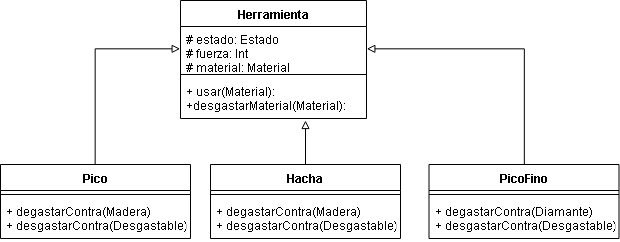
martinaAgata/AlgoCraft keeps this draw.io diagram as Diagramas UML/Diagrama clasesHerramienta.png. Above is the earlier version. Source tidied: cells renumbered, new cells last; positions are measured from the earlier drawing's top-left corner, leaving out a move shared by most shapes. Its diagram source:
```xml
<mxGraphModel>
  <root>
    <mxCell id="0" />
    <mxCell id="1" parent="0" />
    <mxCell id="2" value="Herramienta" style="swimlane;fontStyle=1;align=center;verticalAlign=top;horizontal=1;startSize=26;" parent="1" vertex="1">
      <mxGeometry x="180" width="186" height="118" as="geometry" />
    </mxCell>
    <mxCell id="3" value="# estado: Estado&#10;# fuerza: Int&#10;# material: Material" style="text;strokeColor=none;fillColor=none;align=left;verticalAlign=top;spacingLeft=4;spacingRight=4;overflow=hidden;points=[[0,0.5],[1,0.5]];portConstraint=eastwest;" parent="2" vertex="1">
      <mxGeometry y="26" width="186" height="44" as="geometry" />
    </mxCell>
    <mxCell id="4" style="line;strokeWidth=1;fillColor=none;align=left;verticalAlign=middle;spacingTop=-1;spacingLeft=3;spacingRight=3;labelPosition=right;" parent="2" vertex="1">
      <mxGeometry y="70" width="186" height="8" as="geometry" />
    </mxCell>
    <mxCell id="5" value="+ usar(Material):&#10;+desgastarMaterial(Material):&#10;" style="text;strokeColor=none;fillColor=none;align=left;verticalAlign=top;spacingLeft=4;spacingRight=4;overflow=hidden;" parent="2" vertex="1">
      <mxGeometry y="78" width="186" height="40" as="geometry" />
    </mxCell>
    <mxCell id="6" style="edgeStyle=orthogonalEdgeStyle;rounded=0;jettySize=auto;html=1;endArrow=block;endFill=0;" parent="1" edge="1" source="7">
      <mxGeometry relative="1" as="geometry">
        <mxPoint x="305" y="120" as="targetPoint" />
      </mxGeometry>
    </mxCell>
    <mxCell id="7" value="Hacha" style="swimlane;fontStyle=1;align=center;verticalAlign=top;horizontal=1;startSize=26;" parent="1" vertex="1">
      <mxGeometry x="210" y="164" width="190" height="74" as="geometry" />
    </mxCell>
    <mxCell id="8" style="line;strokeWidth=1;fillColor=none;align=left;verticalAlign=middle;spacingTop=-1;spacingLeft=3;spacingRight=3;labelPosition=right;" parent="7" vertex="1">
      <mxGeometry y="26" width="190" height="8" as="geometry" />
    </mxCell>
    <mxCell id="9" value="+ degastarContra(Madera)&#10;+ desgastarContra(Desgastable)&#10;" style="text;strokeColor=none;fillColor=none;align=left;verticalAlign=top;spacingLeft=4;spacingRight=4;overflow=hidden;" parent="7" vertex="1">
      <mxGeometry y="34" width="190" height="40" as="geometry" />
    </mxCell>
    <mxCell id="10" style="edgeStyle=orthogonalEdgeStyle;rounded=0;jettySize=auto;html=1;entryX=1;entryY=0.5;entryDx=0;entryDy=0;endArrow=block;endFill=0;" parent="1" edge="1" source="11" target="3">
      <mxGeometry relative="1" as="geometry" />
    </mxCell>
    <mxCell id="11" value="PicoFino" style="swimlane;fontStyle=1;align=center;verticalAlign=top;horizontal=1;startSize=26;strokeColor=#000000;gradientColor=#ffffff;" parent="1" vertex="1">
      <mxGeometry x="428.5" y="164" width="190" height="74" as="geometry" />
    </mxCell>
    <mxCell id="12" style="line;strokeWidth=1;fillColor=none;align=left;verticalAlign=middle;spacingTop=-1;spacingLeft=3;spacingRight=3;labelPosition=right;" parent="11" vertex="1">
      <mxGeometry y="26" width="190" height="8" as="geometry" />
    </mxCell>
    <mxCell id="13" value="+ degastarContra(Diamante)&#10;+ desgastarContra(Desgastable)&#10;" style="text;strokeColor=none;fillColor=none;align=left;verticalAlign=top;spacingLeft=4;spacingRight=4;overflow=hidden;" parent="11" vertex="1">
      <mxGeometry y="34" width="190" height="40" as="geometry" />
    </mxCell>
    <mxCell id="14" style="edgeStyle=orthogonalEdgeStyle;rounded=0;jettySize=auto;html=1;entryX=0;entryY=0.5;entryDx=0;entryDy=0;endArrow=block;endFill=0;" parent="1" edge="1" source="15" target="3">
      <mxGeometry relative="1" as="geometry" />
    </mxCell>
    <mxCell id="15" value="Pico" style="swimlane;fontStyle=1;align=center;verticalAlign=top;horizontal=1;startSize=26;" parent="1" vertex="1">
      <mxGeometry y="164" width="190" height="74" as="geometry" />
    </mxCell>
    <mxCell id="16" style="line;strokeWidth=1;fillColor=none;align=left;verticalAlign=middle;spacingTop=-1;spacingLeft=3;spacingRight=3;labelPosition=right;" parent="15" vertex="1">
      <mxGeometry y="26" width="190" height="8" as="geometry" />
    </mxCell>
    <mxCell id="17" value="+ degastarContra(Madera)&#10;+ desgastarContra(Desgastable)&#10;" style="text;strokeColor=none;fillColor=none;align=left;verticalAlign=top;spacingLeft=4;spacingRight=4;overflow=hidden;" parent="15" vertex="1">
      <mxGeometry y="34" width="190" height="40" as="geometry" />
    </mxCell>
  </root>
</mxGraphModel>
```
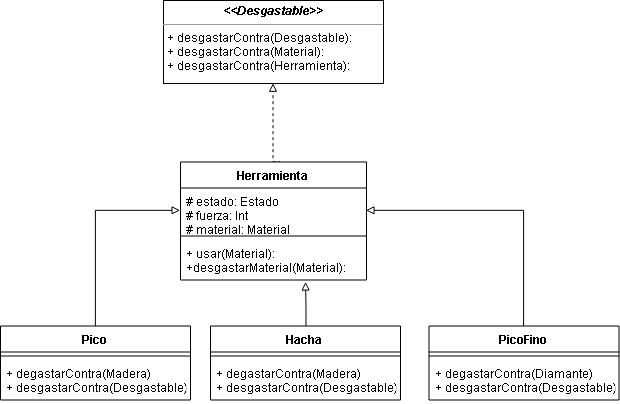
The same diagram one commit later.

Change to the diagram source:
```diff
@@ -2,6 +2,18 @@
   <root>
     <mxCell id="0" />
     <mxCell id="1" parent="0" />
+    <mxCell id="18" value="&lt;p style=&quot;margin: 0px ; margin-top: 4px ; text-align: center&quot;&gt;&lt;i&gt;&lt;b&gt;&amp;lt;&amp;lt;Desgastable&amp;gt;&amp;gt;&lt;/b&gt;&lt;/i&gt;&lt;/p&gt;&lt;hr size=&quot;1&quot;&gt;&lt;p style=&quot;margin: 0px ; margin-left: 4px&quot;&gt;+ desgastarContra(Desgastable):&lt;/p&gt;&lt;p style=&quot;margin: 0px ; margin-left: 4px&quot;&gt;+ desgastarContra(Material):&lt;/p&gt;&lt;p style=&quot;margin: 0px ; margin-left: 4px&quot;&gt;+ desgastarContra(Herramienta):&lt;br&gt;&lt;/p&gt;" style="verticalAlign=top;align=left;overflow=fill;fontSize=12;fontFamily=Helvetica;html=1;" parent="1" vertex="1">
+      <mxGeometry x="163" y="-161.5" width="220" height="83" as="geometry" />
+    </mxCell>
+    <mxCell id="19" style="edgeStyle=orthogonalEdgeStyle;rounded=0;jettySize=auto;html=1;entryX=0.5;entryY=1;entryDx=0;entryDy=0;endArrow=block;endFill=0;dashed=1;" parent="1" edge="1" target="18">
+      <mxGeometry relative="1" as="geometry">
+        <mxPoint x="272.5" y="-0.2" as="sourcePoint" />
+        <Array as="points">
+          <mxPoint x="280" />
+          <mxPoint x="273" />
+        </Array>
+      </mxGeometry>
+    </mxCell>
     <mxCell id="2" value="Herramienta" style="swimlane;fontStyle=1;align=center;verticalAlign=top;horizontal=1;startSize=26;" parent="1" vertex="1">
       <mxGeometry x="180" width="186" height="118" as="geometry" />
     </mxCell>
@@ -14,29 +26,29 @@
     <mxCell id="5" value="+ usar(Material):&#10;+desgastarMaterial(Material):&#10;" style="text;strokeColor=none;fillColor=none;align=left;verticalAlign=top;spacingLeft=4;spacingRight=4;overflow=hidden;" parent="2" vertex="1">
       <mxGeometry y="78" width="186" height="40" as="geometry" />
     </mxCell>
-    <mxCell id="6" style="edgeStyle=orthogonalEdgeStyle;rounded=0;jettySize=auto;html=1;endArrow=block;endFill=0;" parent="1" edge="1" source="7">
-      <mxGeometry relative="1" as="geometry">
-        <mxPoint x="305" y="120" as="targetPoint" />
-      </mxGeometry>
-    </mxCell>
+    <mxCell id="20" style="edgeStyle=orthogonalEdgeStyle;rounded=0;jettySize=auto;html=1;endArrow=block;endFill=0;" parent="1" edge="1" source="7">
+      <mxGeometry relative="1" as="geometry">
+        <mxPoint x="305" y="120" as="targetPoint" />
+      </mxGeometry>
+    </mxCell>
     <mxCell id="7" value="Hacha" style="swimlane;fontStyle=1;align=center;verticalAlign=top;horizontal=1;startSize=26;" parent="1" vertex="1">
       <mxGeometry x="210" y="164" width="190" height="74" as="geometry" />
     </mxCell>
-    <mxCell id="8" style="line;strokeWidth=1;fillColor=none;align=left;verticalAlign=middle;spacingTop=-1;spacingLeft=3;spacingRight=3;labelPosition=right;" parent="7" vertex="1">
-      <mxGeometry y="26" width="190" height="8" as="geometry" />
-    </mxCell>
-    <mxCell id="9" value="+ degastarContra(Madera)&#10;+ desgastarContra(Desgastable)&#10;" style="text;strokeColor=none;fillColor=none;align=left;verticalAlign=top;spacingLeft=4;spacingRight=4;overflow=hidden;" parent="7" vertex="1">
-      <mxGeometry y="34" width="190" height="40" as="geometry" />
-    </mxCell>
+    <mxCell id="21" style="line;strokeWidth=1;fillColor=none;align=left;verticalAlign=middle;spacingTop=-1;spacingLeft=3;spacingRight=3;labelPosition=right;" parent="7" vertex="1">
+      <mxGeometry y="26" width="190" height="8" as="geometry" />
+    </mxCell>
+    <mxCell id="22" value="+ degastarContra(Madera)&#10;+ desgastarContra(Desgastable)&#10;" style="text;strokeColor=none;fillColor=none;align=left;verticalAlign=top;spacingLeft=4;spacingRight=4;overflow=hidden;" parent="7" vertex="1">
+      <mxGeometry y="34" width="190" height="40" as="geometry" />
+    </mxCell>
     <mxCell id="10" style="edgeStyle=orthogonalEdgeStyle;rounded=0;jettySize=auto;html=1;entryX=1;entryY=0.5;entryDx=0;entryDy=0;endArrow=block;endFill=0;" parent="1" edge="1" source="11" target="3">
       <mxGeometry relative="1" as="geometry" />
     </mxCell>
     <mxCell id="11" value="PicoFino" style="swimlane;fontStyle=1;align=center;verticalAlign=top;horizontal=1;startSize=26;strokeColor=#000000;gradientColor=#ffffff;" parent="1" vertex="1">
       <mxGeometry x="428.5" y="164" width="190" height="74" as="geometry" />
     </mxCell>
-    <mxCell id="12" style="line;strokeWidth=1;fillColor=none;align=left;verticalAlign=middle;spacingTop=-1;spacingLeft=3;spacingRight=3;labelPosition=right;" parent="11" vertex="1">
-      <mxGeometry y="26" width="190" height="8" as="geometry" />
-    </mxCell>
+    <mxCell id="23" style="line;strokeWidth=1;fillColor=none;align=left;verticalAlign=middle;spacingTop=-1;spacingLeft=3;spacingRight=3;labelPosition=right;" parent="11" vertex="1">
+      <mxGeometry y="26" width="190" height="8" as="geometry" />
+    </mxCell>
     <mxCell id="13" value="+ degastarContra(Diamante)&#10;+ desgastarContra(Desgastable)&#10;" style="text;strokeColor=none;fillColor=none;align=left;verticalAlign=top;spacingLeft=4;spacingRight=4;overflow=hidden;" parent="11" vertex="1">
       <mxGeometry y="34" width="190" height="40" as="geometry" />
     </mxCell>
@@ -46,11 +58,11 @@
     <mxCell id="15" value="Pico" style="swimlane;fontStyle=1;align=center;verticalAlign=top;horizontal=1;startSize=26;" parent="1" vertex="1">
       <mxGeometry y="164" width="190" height="74" as="geometry" />
     </mxCell>
-    <mxCell id="16" style="line;strokeWidth=1;fillColor=none;align=left;verticalAlign=middle;spacingTop=-1;spacingLeft=3;spacingRight=3;labelPosition=right;" parent="15" vertex="1">
-      <mxGeometry y="26" width="190" height="8" as="geometry" />
-    </mxCell>
-    <mxCell id="17" value="+ degastarContra(Madera)&#10;+ desgastarContra(Desgastable)&#10;" style="text;strokeColor=none;fillColor=none;align=left;verticalAlign=top;spacingLeft=4;spacingRight=4;overflow=hidden;" parent="15" vertex="1">
-      <mxGeometry y="34" width="190" height="40" as="geometry" />
-    </mxCell>
+    <mxCell id="24" style="line;strokeWidth=1;fillColor=none;align=left;verticalAlign=middle;spacingTop=-1;spacingLeft=3;spacingRight=3;labelPosition=right;" parent="15" vertex="1">
+      <mxGeometry y="26" width="190" height="8" as="geometry" />
+    </mxCell>
+    <mxCell id="25" value="+ degastarContra(Madera)&#10;+ desgastarContra(Desgastable)&#10;" style="text;strokeColor=none;fillColor=none;align=left;verticalAlign=top;spacingLeft=4;spacingRight=4;overflow=hidden;" parent="15" vertex="1">
+      <mxGeometry y="34" width="190" height="40" as="geometry" />
+    </mxCell>
   </root>
 </mxGraphModel>
```
